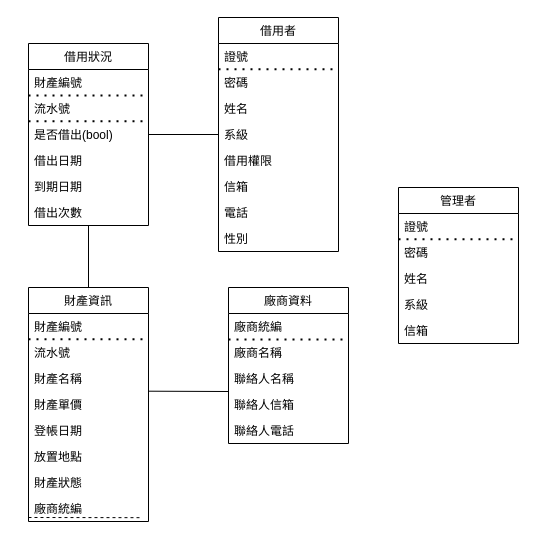
This is page "Relational" (1 of 2) of equipment_lend/modles_picture/equipment.drawio from jease0502/aiclub_web, a draw.io file, before an edit. Source tidied: cells renumbered, new cells numbered last; positions are measured from the earlier drawing's top-left corner, leaving out a move shared by most shapes. Both pictures are drawn from the tidied source at 100%, with x=0, y=0 at pixel (28, 17).
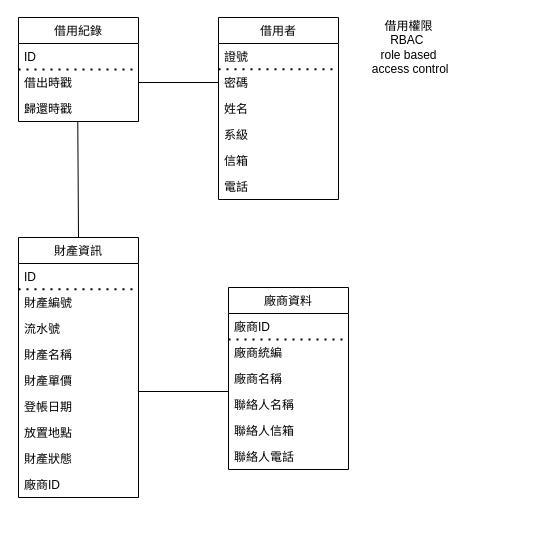
The same diagram, later.

Unchanged cells that the change refers to:
```xml
<mxCell id="32" value="密碼" style="text;strokeColor=none;fillColor=none;align=left;verticalAlign=top;spacingLeft=4;spacingRight=4;overflow=hidden;points=[[0,0.5],[1,0.5]];portConstraint=eastwest;" parent="29" vertex="1">
  <mxGeometry y="52" width="120" height="26" as="geometry" />
</mxCell>
<mxCell id="34" value="系級" style="text;strokeColor=none;fillColor=none;align=left;verticalAlign=top;spacingLeft=4;spacingRight=4;overflow=hidden;points=[[0,0.5],[1,0.5]];portConstraint=eastwest;" parent="29" vertex="1">
  <mxGeometry y="104" width="120" height="26" as="geometry" />
</mxCell>
```

The edit, as a diff of the source:
```diff
@@
     <mxCell id="2" value="財產資訊" style="swimlane;fontStyle=0;horizontal=1;startSize=26;fillColor=none;" parent="1" vertex="1">
-      <mxGeometry y="270" width="120" height="234" as="geometry" />
+      <mxGeometry x="-10" y="220" width="120" height="260" as="geometry" />
     </mxCell>
-    <mxCell id="3" value="財產編號" style="text;strokeColor=none;fillColor=none;align=left;verticalAlign=top;spacingLeft=4;spacingRight=4;overflow=hidden;" parent="2" vertex="1">
+    <mxCell id="3" value="ID" style="text;strokeColor=none;fillColor=none;align=left;verticalAlign=top;spacingLeft=4;spacingRight=4;overflow=hidden;" parent="2" vertex="1">
       <mxGeometry y="26" width="120" height="26" as="geometry" />
     </mxCell>
+    <mxCell id="49" value="財產編號" style="text;strokeColor=none;fillColor=none;align=left;verticalAlign=top;spacingLeft=4;spacingRight=4;overflow=hidden;" parent="2" vertex="1">
+      <mxGeometry y="52" width="120" height="26" as="geometry" />
+    </mxCell>
@@
     <mxCell id="5" value="流水號" style="text;strokeColor=none;fillColor=none;align=left;verticalAlign=top;spacingLeft=4;spacingRight=4;overflow=hidden;" parent="2" vertex="1">
-      <mxGeometry y="52" width="120" height="26" as="geometry" />
+      <mxGeometry y="78" width="120" height="26" as="geometry" />
     </mxCell>
     <mxCell id="6" value="財產名稱" style="text;strokeColor=none;fillColor=none;align=left;verticalAlign=top;spacingLeft=4;spacingRight=4;overflow=hidden;" parent="2" vertex="1">
-      <mxGeometry y="78" width="120" height="26" as="geometry" />
+      <mxGeometry y="104" width="120" height="26" as="geometry" />
     </mxCell>
     <mxCell id="7" value="財產單價" style="text;strokeColor=none;fillColor=none;align=left;verticalAlign=top;spacingLeft=4;spacingRight=4;overflow=hidden;" parent="2" vertex="1">
-      <mxGeometry y="104" width="120" height="26" as="geometry" />
+      <mxGeometry y="130" width="120" height="26" as="geometry" />
     </mxCell>
     <mxCell id="8" value="登帳日期" style="text;strokeColor=none;fillColor=none;align=left;verticalAlign=top;spacingLeft=4;spacingRight=4;overflow=hidden;" parent="2" vertex="1">
-      <mxGeometry y="130" width="120" height="26" as="geometry" />
+      <mxGeometry y="156" width="120" height="26" as="geometry" />
     </mxCell>
     <mxCell id="9" value="放置地點" style="text;strokeColor=none;fillColor=none;align=left;verticalAlign=top;spacingLeft=4;spacingRight=4;overflow=hidden;" parent="2" vertex="1">
-      <mxGeometry y="156" width="120" height="26" as="geometry" />
+      <mxGeometry y="182" width="120" height="26" as="geometry" />
     </mxCell>
     <mxCell id="10" value="財產狀態" style="text;strokeColor=none;fillColor=none;align=left;verticalAlign=top;spacingLeft=4;spacingRight=4;overflow=hidden;" parent="2" vertex="1">
-      <mxGeometry y="182" width="120" height="26" as="geometry" />
+      <mxGeometry y="208" width="120" height="26" as="geometry" />
     </mxCell>
-    <mxCell id="11" value="廠商統編" style="text;strokeColor=none;fillColor=none;align=left;verticalAlign=top;spacingLeft=4;spacingRight=4;overflow=hidden;points=[[0,0.5],[1,0.5]];portConstraint=eastwest;" parent="2" vertex="1">
-      <mxGeometry y="208" width="120" height="26" as="geometry" />
+    <mxCell id="11" value="廠商ID" style="text;strokeColor=none;fillColor=none;align=left;verticalAlign=top;spacingLeft=4;spacingRight=4;overflow=hidden;points=[[0,0.5],[1,0.5]];portConstraint=eastwest;" parent="2" vertex="1">
+      <mxGeometry y="234" width="120" height="26" as="geometry" />
     </mxCell>
-    <mxCell id="12" style="endArrow=none;dashed=1;html=1;entryX=0.946;entryY=0.853;entryDx=0;entryDy=0;entryPerimeter=0;" parent="2" edge="1" target="11">
-      <mxGeometry relative="1" as="geometry">
-        <mxPoint y="230" as="sourcePoint" />
-      </mxGeometry>
-    </mxCell>
-    <mxCell id="13" value="借用狀況" style="swimlane;fontStyle=0;horizontal=1;startSize=26;fillColor=none;" parent="1" vertex="1">
-      <mxGeometry y="26" width="120" height="182" as="geometry" />
+    <mxCell id="13" value="借用紀錄" style="swimlane;fontStyle=0;horizontal=1;startSize=26;fillColor=none;" parent="1" vertex="1">
+      <mxGeometry x="-10" width="120" height="104" as="geometry" />
     </mxCell>
-    <mxCell id="14" value="財產編號" style="text;strokeColor=none;fillColor=none;align=left;verticalAlign=top;spacingLeft=4;spacingRight=4;overflow=hidden;" parent="13" vertex="1">
+    <mxCell id="14" value="ID" style="text;strokeColor=none;fillColor=none;align=left;verticalAlign=top;spacingLeft=4;spacingRight=4;overflow=hidden;" parent="13" vertex="1">
       <mxGeometry y="26" width="120" height="26" as="geometry" />
     </mxCell>
@@
-    <mxCell id="16" value="流水號" style="text;strokeColor=none;fillColor=none;align=left;verticalAlign=top;spacingLeft=4;spacingRight=4;overflow=hidden;" parent="13" vertex="1">
-      <mxGeometry y="52" width="120" height="26" as="geometry" />
-    </mxCell>
-    <mxCell id="17" style="endArrow=none;dashed=1;html=1;dashPattern=1 3;strokeWidth=2;" parent="13" edge="1">
-      <mxGeometry relative="1" as="geometry">
-        <mxPoint y="77.7" as="sourcePoint" />
-        <mxPoint x="120" y="77.7" as="targetPoint" />
-      </mxGeometry>
-    </mxCell>
-    <mxCell id="18" value="是否借出(bool)" style="text;strokeColor=none;fillColor=none;align=left;verticalAlign=top;spacingLeft=4;spacingRight=4;overflow=hidden;points=[[0,0.5],[1,0.5]];portConstraint=eastwest;" parent="13" vertex="1">
-      <mxGeometry y="78" width="120" height="26" as="geometry" />
-    </mxCell>
-    <mxCell id="19" value="借出日期" style="text;strokeColor=none;fillColor=none;align=left;verticalAlign=top;spacingLeft=4;spacingRight=4;overflow=hidden;points=[[0,0.5],[1,0.5]];portConstraint=eastwest;" parent="13" vertex="1">
-      <mxGeometry y="104" width="120" height="26" as="geometry" />
+    <mxCell id="19" value="借出時戳" style="text;strokeColor=none;fillColor=none;align=left;verticalAlign=top;spacingLeft=4;spacingRight=4;overflow=hidden;points=[[0,0.5],[1,0.5]];portConstraint=eastwest;" parent="13" vertex="1">
+      <mxGeometry y="52" width="120" height="26" as="geometry" />
     </mxCell>
-    <mxCell id="20" value="到期日期&#10;" style="text;strokeColor=none;fillColor=none;align=left;verticalAlign=top;spacingLeft=4;spacingRight=4;overflow=hidden;" parent="13" vertex="1">
-      <mxGeometry y="130" width="120" height="26" as="geometry" />
-    </mxCell>
-    <mxCell id="21" value="借出次數&#10;" style="text;strokeColor=none;fillColor=none;align=left;verticalAlign=top;spacingLeft=4;spacingRight=4;overflow=hidden;" parent="13" vertex="1">
-      <mxGeometry y="156" width="120" height="26" as="geometry" />
-    </mxCell>
-    <mxCell id="22" value="管理者" style="swimlane;fontStyle=0;horizontal=1;startSize=26;fillColor=none;" parent="1" vertex="1">
-      <mxGeometry x="370" y="170" width="120" height="156" as="geometry" />
-    </mxCell>
-    <mxCell id="23" value="證號&#10;" style="text;strokeColor=none;fillColor=none;align=left;verticalAlign=top;spacingLeft=4;spacingRight=4;overflow=hidden;" parent="22" vertex="1">
-      <mxGeometry y="26" width="120" height="26" as="geometry" />
-    </mxCell>
-    <mxCell id="24" style="endArrow=none;dashed=1;html=1;dashPattern=1 3;strokeWidth=2;" parent="22" edge="1">
-      <mxGeometry relative="1" as="geometry">
-        <mxPoint y="51.7" as="sourcePoint" />
-        <mxPoint x="120" y="51.7" as="targetPoint" />
-      </mxGeometry>
-    </mxCell>
-    <mxCell id="25" value="密碼" style="text;strokeColor=none;fillColor=none;align=left;verticalAlign=top;spacingLeft=4;spacingRight=4;overflow=hidden;" parent="22" vertex="1">
-      <mxGeometry y="52" width="120" height="26" as="geometry" />
-    </mxCell>
-    <mxCell id="26" value="姓名" style="text;strokeColor=none;fillColor=none;align=left;verticalAlign=top;spacingLeft=4;spacingRight=4;overflow=hidden;" parent="22" vertex="1">
-      <mxGeometry y="78" width="120" height="26" as="geometry" />
-    </mxCell>
-    <mxCell id="27" value="系級" style="text;strokeColor=none;fillColor=none;align=left;verticalAlign=top;spacingLeft=4;spacingRight=4;overflow=hidden;" parent="22" vertex="1">
-      <mxGeometry y="104" width="120" height="26" as="geometry" />
-    </mxCell>
-    <mxCell id="28" value="信箱" style="text;strokeColor=none;fillColor=none;align=left;verticalAlign=top;spacingLeft=4;spacingRight=4;overflow=hidden;" parent="22" vertex="1">
-      <mxGeometry y="130" width="120" height="26" as="geometry" />
-    </mxCell>
+    <mxCell id="50" value="歸還時戳" style="text;strokeColor=none;fillColor=none;align=left;verticalAlign=top;spacingLeft=4;spacingRight=4;overflow=hidden;points=[[0,0.5],[1,0.5]];portConstraint=eastwest;" parent="13" vertex="1">
+      <mxGeometry y="78" width="120" height="26" as="geometry" />
+    </mxCell>
     <mxCell id="29" value="借用者" style="swimlane;fontStyle=0;horizontal=1;startSize=26;fillColor=none;" parent="1" vertex="1">
-      <mxGeometry x="190" width="120" height="234" as="geometry" />
+      <mxGeometry x="190" width="120" height="182" as="geometry" />
     </mxCell>
@@
-    <mxCell id="35" value="借用權限" style="text;strokeColor=none;fillColor=none;align=left;verticalAlign=top;spacingLeft=4;spacingRight=4;overflow=hidden;" parent="29" vertex="1">
-      <mxGeometry y="130" width="120" height="26" as="geometry" />
-    </mxCell>
     <mxCell id="36" value="信箱" style="text;strokeColor=none;fillColor=none;align=left;verticalAlign=top;spacingLeft=4;spacingRight=4;overflow=hidden;" parent="29" vertex="1">
-      <mxGeometry y="156" width="120" height="26" as="geometry" />
+      <mxGeometry y="130" width="120" height="26" as="geometry" />
     </mxCell>
     <mxCell id="37" value="電話" style="text;strokeColor=none;fillColor=none;align=left;verticalAlign=top;spacingLeft=4;spacingRight=4;overflow=hidden;" parent="29" vertex="1">
-      <mxGeometry y="182" width="120" height="26" as="geometry" />
+      <mxGeometry y="156" width="120" height="26" as="geometry" />
     </mxCell>
-    <mxCell id="38" value="性別" style="text;strokeColor=none;fillColor=none;align=left;verticalAlign=top;spacingLeft=4;spacingRight=4;overflow=hidden;" parent="29" vertex="1">
-      <mxGeometry y="208" width="120" height="26" as="geometry" />
-    </mxCell>
     <mxCell id="39" value="廠商資料" style="swimlane;fontStyle=0;horizontal=1;startSize=26;fillColor=none;" parent="1" vertex="1">
-      <mxGeometry x="200" y="270" width="120" height="156" as="geometry" />
+      <mxGeometry x="200" y="270" width="120" height="182" as="geometry" />
     </mxCell>
-    <mxCell id="40" value="廠商統編&#10;" style="text;strokeColor=none;fillColor=none;align=left;verticalAlign=top;spacingLeft=4;spacingRight=4;overflow=hidden;" parent="39" vertex="1">
+    <mxCell id="40" value="廠商ID&#10;" style="text;strokeColor=none;fillColor=none;align=left;verticalAlign=top;spacingLeft=4;spacingRight=4;overflow=hidden;" parent="39" vertex="1">
       <mxGeometry y="26" width="120" height="26" as="geometry" />
     </mxCell>
+    <mxCell id="51" value="廠商統編&#10;" style="text;strokeColor=none;fillColor=none;align=left;verticalAlign=top;spacingLeft=4;spacingRight=4;overflow=hidden;" parent="39" vertex="1">
+      <mxGeometry y="52" width="120" height="26" as="geometry" />
+    </mxCell>
@@
     <mxCell id="42" value="廠商名稱" style="text;strokeColor=none;fillColor=none;align=left;verticalAlign=top;spacingLeft=4;spacingRight=4;overflow=hidden;" parent="39" vertex="1">
-      <mxGeometry y="52" width="120" height="26" as="geometry" />
+      <mxGeometry y="78" width="120" height="26" as="geometry" />
     </mxCell>
     <mxCell id="43" value="聯絡人名稱" style="text;strokeColor=none;fillColor=none;align=left;verticalAlign=top;spacingLeft=4;spacingRight=4;overflow=hidden;" parent="39" vertex="1">
-      <mxGeometry y="78" width="120" height="26" as="geometry" />
+      <mxGeometry y="104" width="120" height="26" as="geometry" />
     </mxCell>
     <mxCell id="44" value="聯絡人信箱" style="text;strokeColor=none;fillColor=none;align=left;verticalAlign=top;spacingLeft=4;spacingRight=4;overflow=hidden;" parent="39" vertex="1">
-      <mxGeometry y="104" width="120" height="26" as="geometry" />
+      <mxGeometry y="130" width="120" height="26" as="geometry" />
     </mxCell>
     <mxCell id="45" value="聯絡人電話" style="text;strokeColor=none;fillColor=none;align=left;verticalAlign=top;spacingLeft=4;spacingRight=4;overflow=hidden;" parent="39" vertex="1">
-      <mxGeometry y="130" width="120" height="26" as="geometry" />
+      <mxGeometry y="156" width="120" height="26" as="geometry" />
     </mxCell>
-    <mxCell id="46" style="endArrow=none;html=1;entryX=0;entryY=0.5;entryDx=0;entryDy=0;exitX=1;exitY=0.5;exitDx=0;exitDy=0;" parent="1" edge="1" source="18" target="34">
+    <mxCell id="46" style="endArrow=none;html=1;entryX=0;entryY=0.5;entryDx=0;entryDy=0;exitX=1;exitY=0.5;exitDx=0;exitDy=0;" parent="1" edge="1" source="19" target="32">
       <mxGeometry relative="1" as="geometry" />
     </mxCell>
-    <mxCell id="47" style="endArrow=none;html=1;exitX=0.5;exitY=0;exitDx=0;exitDy=0;" parent="1" edge="1" source="2">
-      <mxGeometry relative="1" as="geometry">
-        <mxPoint x="60" y="208" as="targetPoint" />
-      </mxGeometry>
+    <mxCell id="47" style="endArrow=none;html=1;exitX=0.5;exitY=0;exitDx=0;exitDy=0;entryX=0.494;entryY=1.004;entryDx=0;entryDy=0;entryPerimeter=0;" parent="1" edge="1" source="2" target="50">
+      <mxGeometry relative="1" as="geometry" />
     </mxCell>
     <mxCell id="48" style="endArrow=none;html=1;" parent="1" edge="1">
       <mxGeometry relative="1" as="geometry">
-        <mxPoint x="120" y="373.7" as="sourcePoint" />
+        <mxPoint x="110" y="374" as="sourcePoint" />
         <mxPoint x="200" y="374" as="targetPoint" />
       </mxGeometry>
     </mxCell>
+    <mxCell id="52" value="借用權限&lt;br&gt;RBAC&amp;nbsp;&lt;br&gt;role based&lt;br&gt;&amp;nbsp;access control" style="text;html=1;align=center;verticalAlign=middle;" parent="1" vertex="1">
+      <mxGeometry x="330" width="100" height="60" as="geometry" />
+    </mxCell>
```
